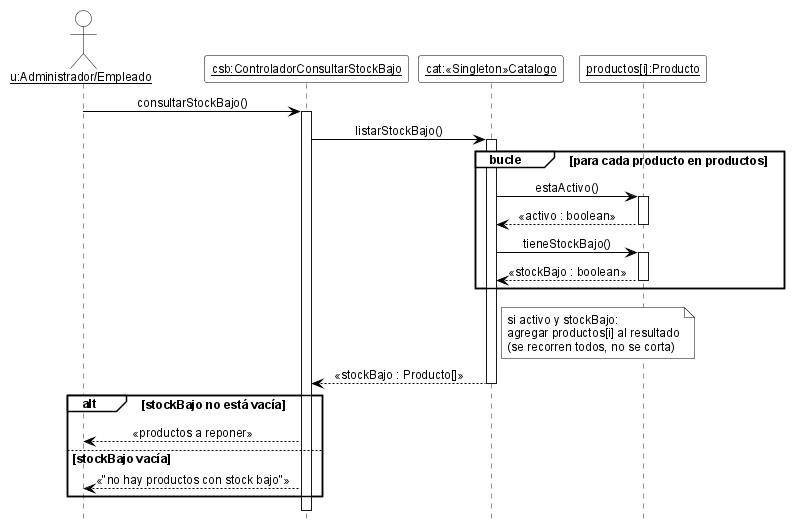
Before: 08-Diagrama De Secuencia/DSD_CU-08_consultarStockBajo.png, a diagram exported from PlantUML (cirotop/Stock-Project). The source it was exported from:
```plantuml
@startuml DSD_CU-08_consultarStockBajo
hide footbox
skinparam shadowing false
skinparam defaultFontName Arial
skinparam defaultFontSize 12
skinparam sequenceMessageAlign center
skinparam ArrowColor black
skinparam ParticipantBackgroundColor white
skinparam ParticipantBorderColor black
skinparam CollectionsBackgroundColor white
skinparam CollectionsBorderColor black
skinparam ActorBackgroundColor white
skinparam ActorBorderColor black
skinparam LifeLineBorderColor black
skinparam LifeLineBackgroundColor white
skinparam SequenceGroupBackgroundColor white
skinparam SequenceGroupBorderColor black
skinparam SequenceGroupHeaderFontColor black
skinparam NoteBackgroundColor white
skinparam NoteBorderColor black

actor "<u>u:Administrador/Empleado</u>" as u
participant "<u>csb:ControladorConsultarStockBajo</u>" as csb
participant "<u>cat:«Singleton»Catalogo</u>" as cat
participant "<u>productos[i]:Producto</u>" as pi

u -> csb ++ : consultarStockBajo()
csb -> cat ++ : listarStockBajo()
group bucle [para cada producto en productos]
  cat -> pi ++ : estaActivo()
  pi --> cat -- : «activo : boolean»
  cat -> pi ++ : tieneStockBajo()
  pi --> cat -- : «stockBajo : boolean»
end
note right of cat
  si activo y stockBajo:
  agregar productos[i] al resultado
  (se recorren todos, no se corta)
end note
cat --> csb -- : «stockBajo : Producto[]»
alt stockBajo no está vacía
  csb --> u : «productos a reponer»
else stockBajo vacía
  csb --> u : «"no hay productos con stock bajo"»
end
deactivate csb

@enduml
```
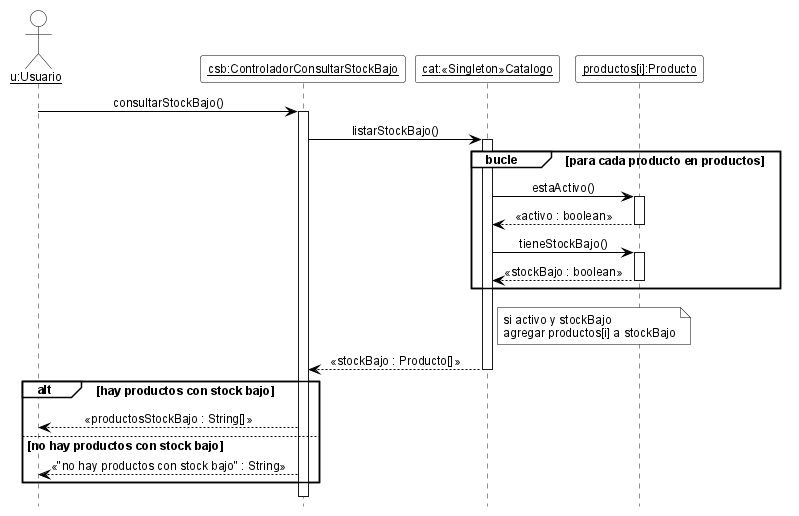
The same file after the commit.

What changed in the source:
```diff
@@ -19,7 +19,7 @@
 skinparam NoteBackgroundColor white
 skinparam NoteBorderColor black
 
-actor "<u>u:Administrador/Empleado</u>" as u
+actor "<u>u:Usuario</u>" as u
 participant "<u>csb:ControladorConsultarStockBajo</u>" as csb
 participant "<u>cat:«Singleton»Catalogo</u>" as cat
 participant "<u>productos[i]:Producto</u>" as pi
@@ -33,15 +33,14 @@
   pi --> cat -- : «stockBajo : boolean»
 end
 note right of cat
-  si activo y stockBajo:
-  agregar productos[i] al resultado
-  (se recorren todos, no se corta)
+  si activo y stockBajo
+  agregar productos[i] a stockBajo
 end note
 cat --> csb -- : «stockBajo : Producto[]»
-alt stockBajo no está vacía
-  csb --> u : «productos a reponer»
-else stockBajo vacía
-  csb --> u : «"no hay productos con stock bajo"»
+alt hay productos con stock bajo
+  csb --> u : «productosStockBajo : String[]»
+else no hay productos con stock bajo
+  csb --> u : «"no hay productos con stock bajo" : String»
 end
 deactivate csb
 
```
